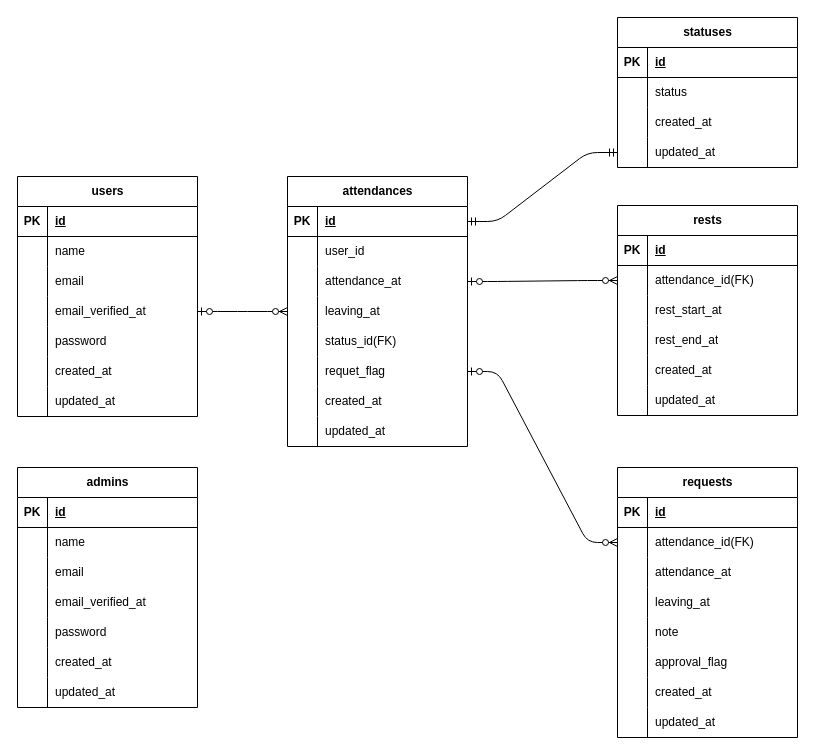
Above: src/er-diagram.dio in kei1-112/attendance-management (draw.io), before the change. Source tidied: cells renumbered, new cells numbered last; positions are measured from the earlier drawing's top-left corner, leaving out a move shared by most shapes. Both pictures are drawn from the tidied source at 100%, with x=0, y=0 at pixel (17, 17).
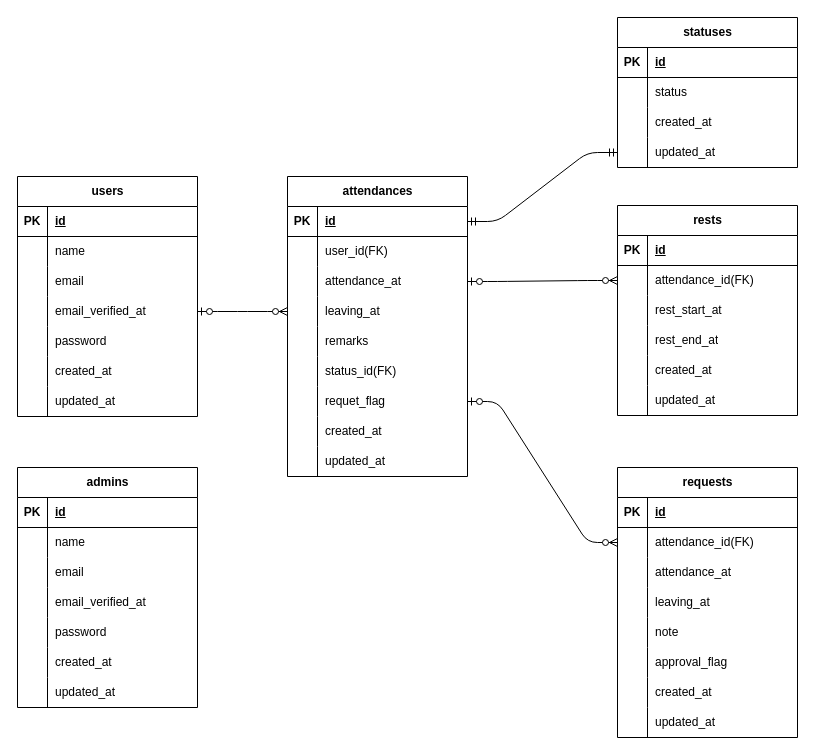
The same diagram, later.

The change refers to these unchanged cells:
```xml
<mxCell id="63" style="shape=tableRow;horizontal=0;startSize=0;swimlaneHead=0;swimlaneBody=0;fillColor=none;top=0;left=0;right=0;bottom=0;" parent="59" vertex="1">
  <mxGeometry y="60" width="180" height="30" as="geometry" />
</mxCell>
```

What changed in the source:
```diff
@@
     <mxCell id="59" value="attendances" style="shape=table;startSize=30;childLayout=tableLayout;rowLines=0;fontStyle=1;align=center;html=1;" parent="1" vertex="1">
-      <mxGeometry x="270" y="159" width="180" height="270" as="geometry" />
+      <mxGeometry x="270" y="159" width="180" height="300" as="geometry" />
     </mxCell>
@@
-    <mxCell id="65" value="user_id" style="shape=partialRectangle;fillColor=none;top=0;left=0;bottom=0;right=0;align=left;spacingLeft=6;overflow=hidden;whiteSpace=wrap;html=1;" parent="63" vertex="1">
+    <mxCell id="65" value="user_id(FK)" style="shape=partialRectangle;fillColor=none;top=0;left=0;bottom=0;right=0;align=left;spacingLeft=6;overflow=hidden;whiteSpace=wrap;html=1;" parent="63" vertex="1">
       <mxGeometry x="30" width="150" height="30" as="geometry" />
     </mxCell>
@@
+    <mxCell id="132" style="shape=tableRow;horizontal=0;startSize=0;swimlaneHead=0;swimlaneBody=0;fillColor=none;top=0;left=0;right=0;bottom=0;" parent="59" vertex="1">
+      <mxGeometry y="150" width="180" height="30" as="geometry" />
+    </mxCell>
+    <mxCell id="133" style="shape=partialRectangle;fillColor=none;top=0;left=0;bottom=0;right=0;overflow=hidden;whiteSpace=wrap;html=1;" parent="132" vertex="1">
+      <mxGeometry width="30" height="30" as="geometry" />
+    </mxCell>
+    <mxCell id="134" value="remarks" style="shape=partialRectangle;fillColor=none;top=0;left=0;bottom=0;right=0;align=left;spacingLeft=6;overflow=hidden;whiteSpace=wrap;html=1;" parent="132" vertex="1">
+      <mxGeometry x="30" width="150" height="30" as="geometry" />
+    </mxCell>
     <mxCell id="72" style="shape=tableRow;horizontal=0;startSize=0;swimlaneHead=0;swimlaneBody=0;fillColor=none;top=0;left=0;right=0;bottom=0;" parent="59" vertex="1">
-      <mxGeometry y="150" width="180" height="30" as="geometry" />
+      <mxGeometry y="180" width="180" height="30" as="geometry" />
     </mxCell>
@@
     <mxCell id="75" style="shape=tableRow;horizontal=0;startSize=0;swimlaneHead=0;swimlaneBody=0;fillColor=none;points=[[0,0.5],[1,0.5]];portConstraint=eastwest;top=0;left=0;right=0;bottom=0;" parent="59" vertex="1">
-      <mxGeometry y="180" width="180" height="30" as="geometry" />
+      <mxGeometry y="210" width="180" height="30" as="geometry" />
     </mxCell>
@@
     <mxCell id="78" style="shape=tableRow;horizontal=0;startSize=0;swimlaneHead=0;swimlaneBody=0;fillColor=none;top=0;left=0;right=0;bottom=0;" parent="59" vertex="1">
-      <mxGeometry y="210" width="180" height="30" as="geometry" />
+      <mxGeometry y="240" width="180" height="30" as="geometry" />
     </mxCell>
@@
     <mxCell id="81" style="shape=tableRow;horizontal=0;startSize=0;swimlaneHead=0;swimlaneBody=0;fillColor=none;top=0;left=0;right=0;bottom=0;" parent="59" vertex="1">
-      <mxGeometry y="240" width="180" height="30" as="geometry" />
+      <mxGeometry y="270" width="180" height="30" as="geometry" />
     </mxCell>
```
